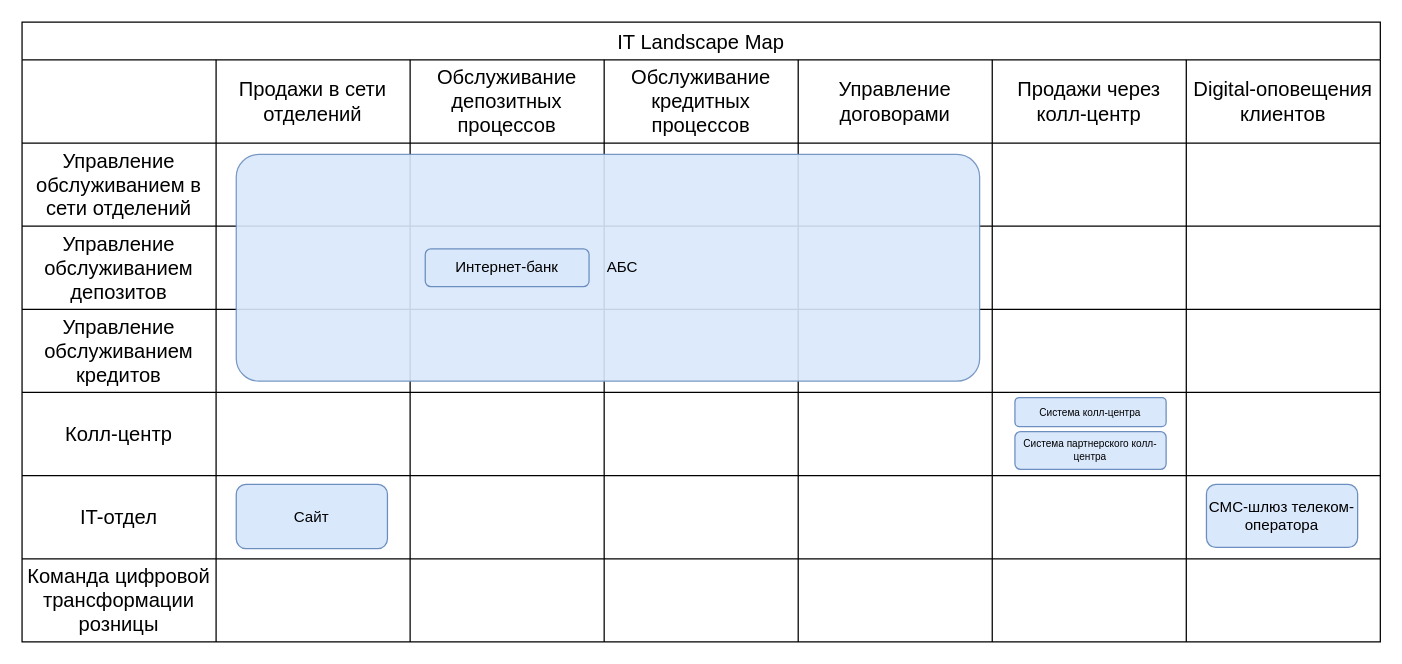
Earlier version of the draw.io diagram Exc1/IT Landscape Map.drawio (mnemchenko/architecture-sprint-9). Source tidied: cells renumbered, new cells numbered last; positions are measured from the earlier drawing's top-left corner, leaving out a move shared by most shapes. Both pictures are drawn from the tidied source at 126%, with x=0, y=0 at pixel (21, 21).
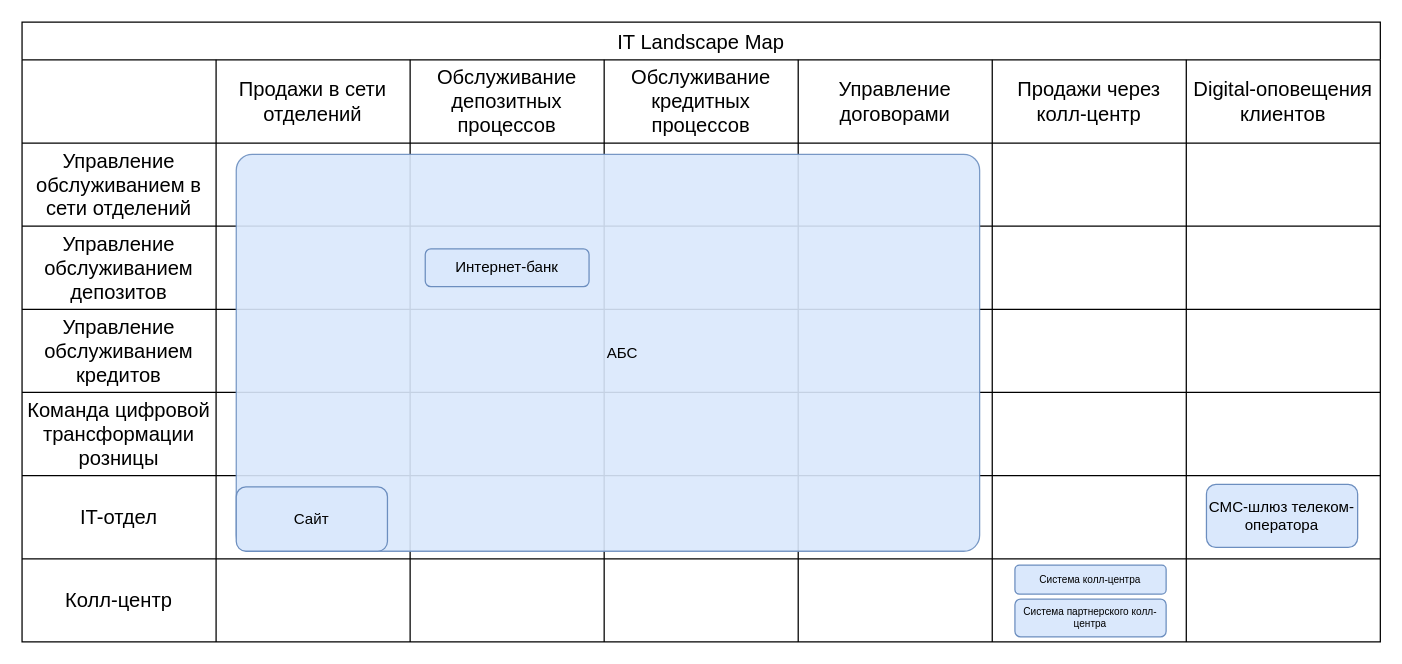
The same page after the edit.

The change refers to these unchanged cells:
```xml
<mxCell id="35" style="shape=tableRow;horizontal=0;startSize=0;swimlaneHead=0;swimlaneBody=0;strokeColor=inherit;top=0;left=0;bottom=0;right=0;fillColor=none;fontSize=16;" parent="2" vertex="1">
  <mxGeometry y="294" width="1078" height="66" as="geometry" />
</mxCell>
<mxCell id="51" style="shape=tableRow;horizontal=0;startSize=0;swimlaneHead=0;swimlaneBody=0;strokeColor=inherit;top=0;left=0;bottom=0;right=0;fillColor=none;fontSize=16;" parent="2" vertex="1">
  <mxGeometry y="426" width="1078" height="66" as="geometry" />
</mxCell>
```

The edit, as a diff of the source:
```diff
@@
-    <mxCell id="36" value="Колл-центр" style="shape=partialRectangle;html=1;whiteSpace=wrap;strokeColor=inherit;overflow=hidden;fillColor=none;top=0;left=0;bottom=0;right=0;fontSize=16;" parent="35" vertex="1">
+    <mxCell id="36" value="Команда цифровой трансформации розницы" style="shape=partialRectangle;html=1;whiteSpace=wrap;strokeColor=inherit;overflow=hidden;fillColor=none;top=0;left=0;bottom=0;right=0;fontSize=16;" parent="35" vertex="1">
       <mxGeometry width="154" height="66" as="geometry" />
     </mxCell>
@@
-    <mxCell id="52" value="Команда цифровой трансформации розницы" style="shape=partialRectangle;html=1;whiteSpace=wrap;strokeColor=inherit;overflow=hidden;fillColor=none;top=0;left=0;bottom=0;right=0;fontSize=16;" parent="51" vertex="1">
+    <mxCell id="52" value="Колл-центр" style="shape=partialRectangle;html=1;whiteSpace=wrap;strokeColor=inherit;overflow=hidden;fillColor=none;top=0;left=0;bottom=0;right=0;fontSize=16;" parent="51" vertex="1">
       <mxGeometry width="154" height="66" as="geometry" />
     </mxCell>
@@
-    <mxCell id="59" value="&amp;nbsp; &amp;nbsp; &amp;nbsp; &amp;nbsp;АБС" style="rounded=1;whiteSpace=wrap;html=1;fillColor=#dae8fc;strokeColor=#6c8ebf;arcSize=10;fillStyle=solid;opacity=90;" parent="1" vertex="1">
-      <mxGeometry x="170" y="105" width="590" height="180" as="geometry" />
+    <mxCell id="59" value="&amp;nbsp; &amp;nbsp; &amp;nbsp; &amp;nbsp;АБС" style="rounded=1;whiteSpace=wrap;html=1;fillColor=#dae8fc;strokeColor=#6c8ebf;arcSize=4;fillStyle=solid;opacity=90;" parent="1" vertex="1">
+      <mxGeometry x="170" y="105" width="590" height="315" as="geometry" />
     </mxCell>
     <mxCell id="60" value="Система колл-центра" style="rounded=1;whiteSpace=wrap;html=1;fillColor=#dae8fc;strokeColor=#6c8ebf;fontSize=8;" parent="1" vertex="1">
-      <mxGeometry x="788" y="298" width="120" height="23" as="geometry" />
+      <mxGeometry x="788" y="431" width="120" height="23" as="geometry" />
     </mxCell>
     <mxCell id="61" value="Система партнерского колл-центра" style="rounded=1;whiteSpace=wrap;html=1;fillColor=#dae8fc;strokeColor=#6c8ebf;fontSize=8;" parent="1" vertex="1">
-      <mxGeometry x="788" y="325" width="120" height="30" as="geometry" />
+      <mxGeometry x="788" y="458" width="120" height="30" as="geometry" />
     </mxCell>
@@
     <mxCell id="63" value="Сайт" style="rounded=1;whiteSpace=wrap;html=1;fillColor=#dae8fc;strokeColor=#6c8ebf;" parent="1" vertex="1">
-      <mxGeometry x="170" y="367" width="120" height="51" as="geometry" />
+      <mxGeometry x="170" y="369" width="120" height="51" as="geometry" />
     </mxCell>
```
